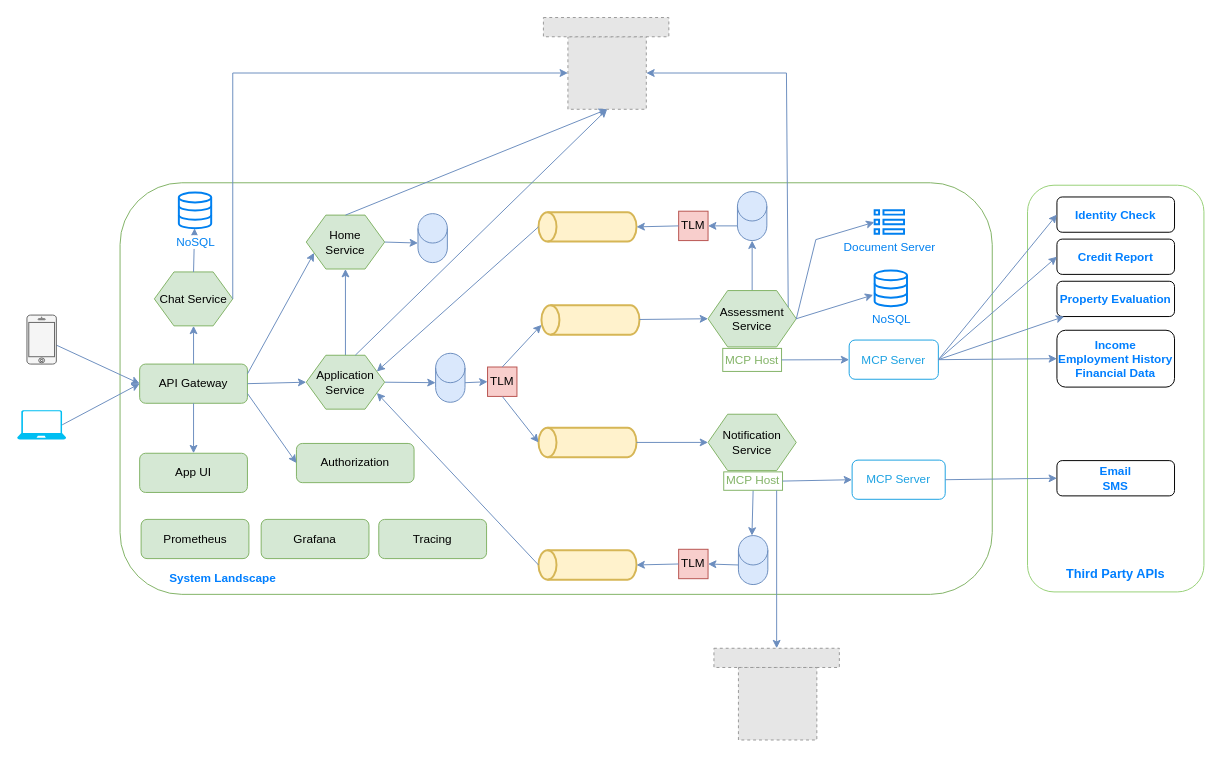
Before: 02-architecture/02-logical-components-docker.drawio in huynm20051990/loan-origination-system, a draw.io diagram. Source tidied: cells renumbered, new cells numbered last; positions are measured from the earlier drawing's top-left corner, leaving out a move shared by most shapes. Both pictures are drawn from the tidied source at 98%, with x=0, y=0 at pixel (17, 17). Pictures stored in the file or linked from it are replaced by grey dashed boxes.
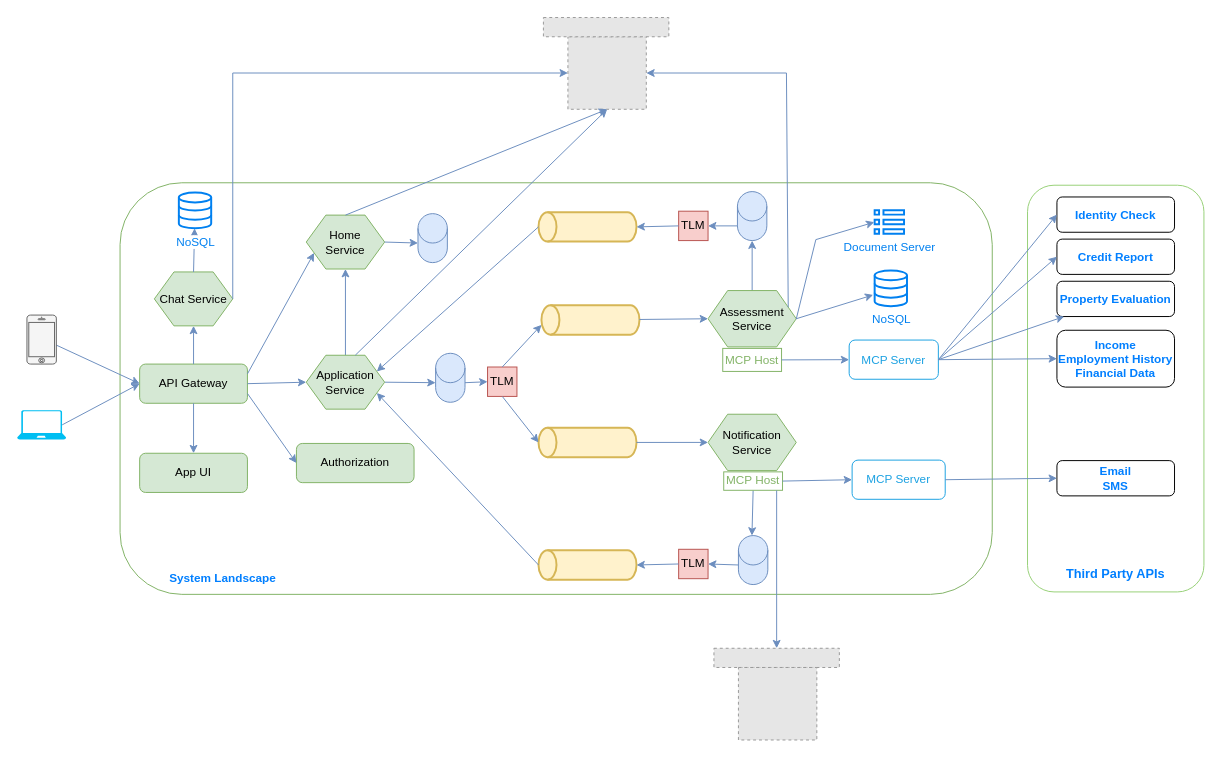
The same page after the edit.

Commit message (it also covers changes not shown here):
Modify high level design

Diff of the diagram source:
```diff
@@
-    <mxCell id="15" value="Prometheus" style="rounded=1;whiteSpace=wrap;html=1;fillColor=#d5e8d4;strokeColor=#82b366;" parent="1" vertex="1">
-      <mxGeometry x="126.5" y="512.5" width="110" height="40" as="geometry" />
-    </mxCell>
@@
-    <mxCell id="83" value="Grafana" style="rounded=1;whiteSpace=wrap;html=1;fillColor=#d5e8d4;strokeColor=#82b366;" parent="1" vertex="1">
-      <mxGeometry x="249" y="512.5" width="110" height="40" as="geometry" />
-    </mxCell>
-    <mxCell id="84" value="Tracing" style="rounded=1;whiteSpace=wrap;html=1;fillColor=#d5e8d4;strokeColor=#82b366;" parent="1" vertex="1">
-      <mxGeometry x="369" y="512.5" width="110" height="40" as="geometry" />
-    </mxCell>
```
